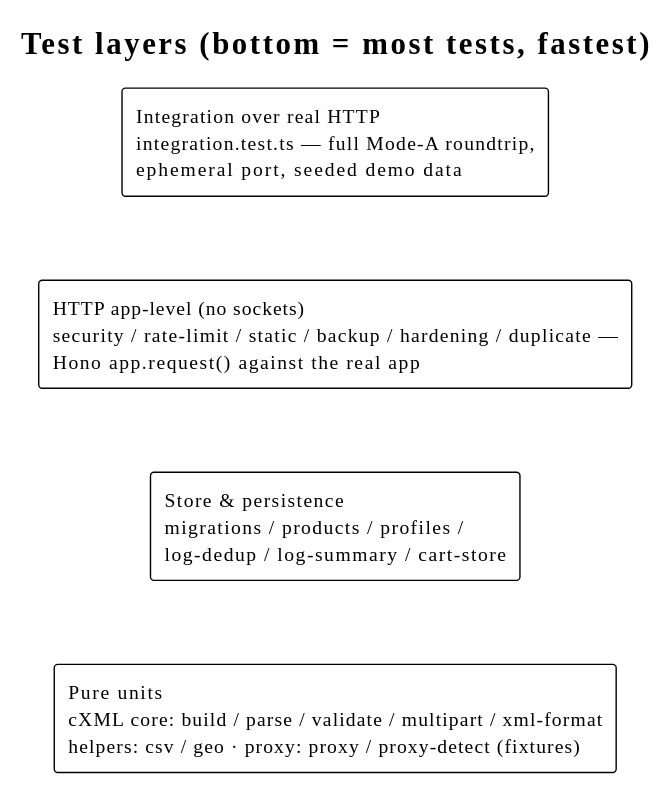
This is docs/diagrams/test-layers.svg from slawomir-szostak/punchout-simulator, a PlantUML export, as it was before one commit.
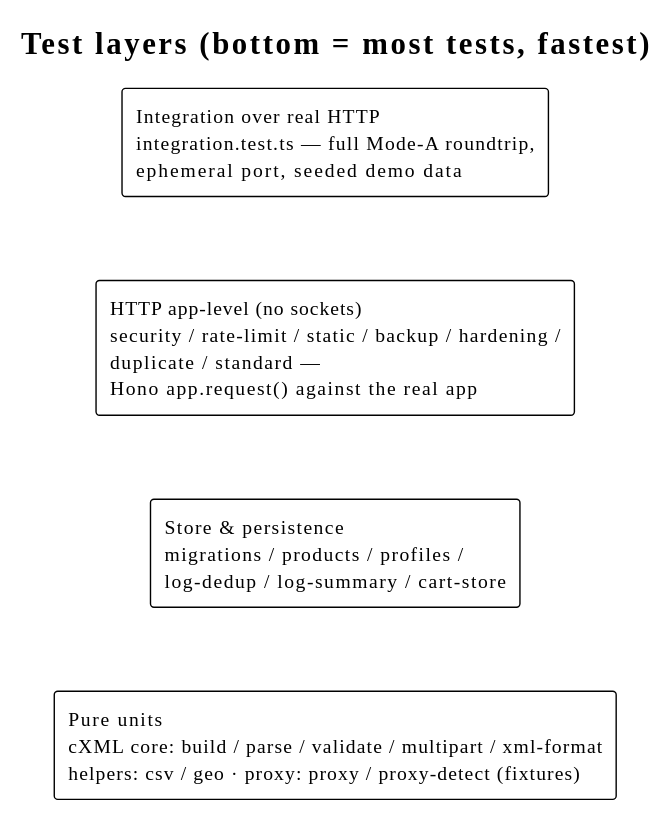
The same file after the commit.

Change to the diagram source:
```diff
@@ -3,7 +3,7 @@
 title Test layers (bottom = most tests, fastest)
 
 rectangle "Integration over real HTTP\nintegration.test.ts — full Mode-A roundtrip,\nephemeral port, seeded demo data" as L4
-rectangle "HTTP app-level (no sockets)\nsecurity / rate-limit / static / backup / hardening / duplicate —\nHono app.request() against the real app" as L3
+rectangle "HTTP app-level (no sockets)\nsecurity / rate-limit / static / backup / hardening /\nduplicate / standard —\nHono app.request() against the real app" as L3
 rectangle "Store & persistence\nmigrations / products / profiles /\nlog-dedup / log-summary / cart-store" as L2
 rectangle "Pure units\ncXML core: build / parse / validate / multipart / xml-format\nhelpers: csv / geo · proxy: proxy / proxy-detect (fixtures)" as L1
 
```
